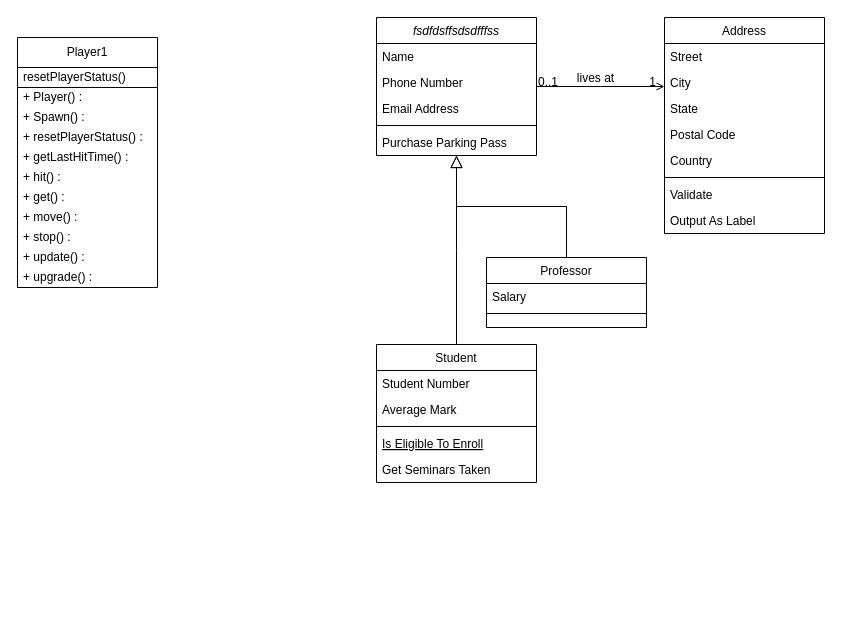
huchu501/Space_Battle keeps this draw.io diagram as UML Diagram.drawio. Above is the earlier version. Source tidied: cells renumbered, new cells numbered last; positions are measured from the earlier drawing's top-left corner, leaving out a move shared by most shapes. Both pictures are drawn from the tidied source at 100%, with x=0, y=0 at pixel (17, 17).
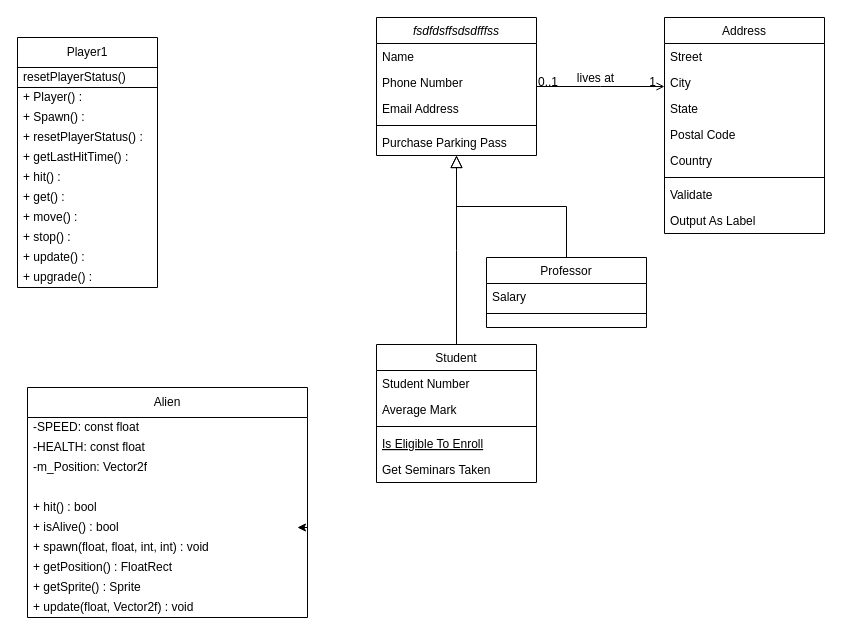
Above is the later version.

What changed in the source:
```diff
@@
+    <mxCell id="44" value="Alien" style="swimlane;fontStyle=0;horizontal=1;startSize=30;whiteSpace=wrap;html=1;" parent="1" vertex="1">
+      <mxGeometry x="10" y="370" width="280" height="230" as="geometry" />
+    </mxCell>
+    <mxCell id="45" value="-SPEED: const float" style="text;strokeColor=none;fillColor=none;align=left;verticalAlign=middle;spacingLeft=4;spacingRight=4;overflow=hidden;whiteSpace=wrap;html=1;" parent="44" vertex="1">
+      <mxGeometry y="30" width="280" height="20" as="geometry" />
+    </mxCell>
+    <mxCell id="46" value="-HEALTH: const float" style="text;strokeColor=none;fillColor=none;align=left;verticalAlign=middle;spacingLeft=4;spacingRight=4;overflow=hidden;whiteSpace=wrap;html=1;" parent="44" vertex="1">
+      <mxGeometry y="50" width="280" height="20" as="geometry" />
+    </mxCell>
+    <mxCell id="47" value="-m_Position: Vector2f" style="text;strokeColor=none;fillColor=none;align=left;verticalAlign=middle;spacingLeft=4;spacingRight=4;overflow=hidden;whiteSpace=wrap;html=1;" parent="44" vertex="1">
+      <mxGeometry y="70" width="280" height="20" as="geometry" />
+    </mxCell>
+    <mxCell id="48" style="text;strokeColor=none;fillColor=none;align=left;verticalAlign=middle;spacingLeft=4;spacingRight=4;overflow=hidden;whiteSpace=wrap;html=1;" parent="44" vertex="1">
+      <mxGeometry y="90" width="280" height="20" as="geometry" />
+    </mxCell>
+    <mxCell id="49" value="+ hit() : bool" style="text;strokeColor=none;fillColor=none;align=left;verticalAlign=middle;spacingLeft=4;spacingRight=4;overflow=hidden;whiteSpace=wrap;html=1;" parent="44" vertex="1">
+      <mxGeometry y="110" width="280" height="20" as="geometry" />
+    </mxCell>
+    <mxCell id="50" value="+ isAlive() : bool" style="text;strokeColor=none;fillColor=none;align=left;verticalAlign=middle;spacingLeft=4;spacingRight=4;overflow=hidden;points=[[0,0.5],[1,0.5]];portConstraint=eastwest;whiteSpace=wrap;html=1;" parent="44" vertex="1">
+      <mxGeometry y="130" width="280" height="20" as="geometry" />
+    </mxCell>
+    <mxCell id="51" value="+ spawn(float, float, int, int) : void" style="text;strokeColor=none;fillColor=none;align=left;verticalAlign=middle;spacingLeft=4;spacingRight=4;overflow=hidden;whiteSpace=wrap;html=1;" parent="44" vertex="1">
+      <mxGeometry y="150" width="280" height="20" as="geometry" />
+    </mxCell>
+    <mxCell id="52" value="+ getPosition() : FloatRect" style="text;strokeColor=none;fillColor=none;align=left;verticalAlign=middle;spacingLeft=4;spacingRight=4;overflow=hidden;whiteSpace=wrap;html=1;" parent="44" vertex="1">
+      <mxGeometry y="170" width="280" height="20" as="geometry" />
+    </mxCell>
+    <mxCell id="53" value="+ getSprite() : Sprite" style="text;strokeColor=none;fillColor=none;align=left;verticalAlign=middle;spacingLeft=4;spacingRight=4;overflow=hidden;whiteSpace=wrap;html=1;" parent="44" vertex="1">
+      <mxGeometry y="190" width="280" height="20" as="geometry" />
+    </mxCell>
+    <mxCell id="54" value="+ update(float, Vector2f) : void" style="text;strokeColor=none;fillColor=none;align=left;verticalAlign=middle;spacingLeft=4;spacingRight=4;overflow=hidden;whiteSpace=wrap;html=1;" parent="44" vertex="1">
+      <mxGeometry y="210" width="280" height="20" as="geometry" />
+    </mxCell>
+    <mxCell id="55" style="edgeStyle=orthogonalEdgeStyle;rounded=0;orthogonalLoop=1;jettySize=auto;html=1;exitX=1;exitY=0.5;exitDx=0;exitDy=0;entryX=0.964;entryY=0.5;entryDx=0;entryDy=0;entryPerimeter=0;" parent="44" edge="1" source="50" target="50">
+      <mxGeometry relative="1" as="geometry" />
+    </mxCell>
```
